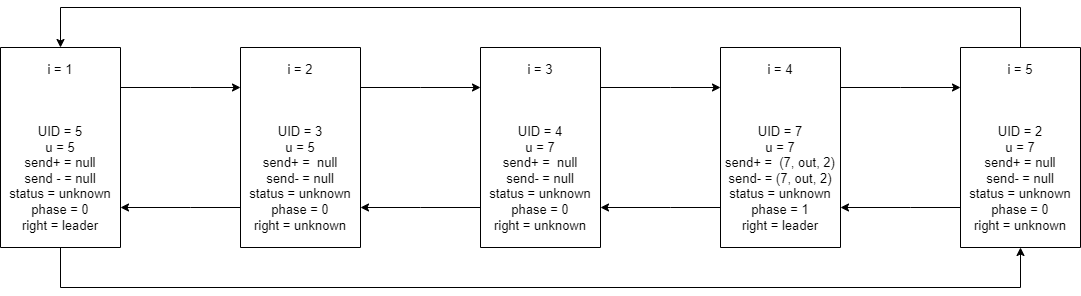
h1tlan/tods_first_exercise keeps this draw.io diagram as tods/03-tods.drawio.png. Above is the earlier version. Source tidied: cells renumbered, new cells last; positions are measured from the earlier drawing's top-left corner, leaving out a move shared by most shapes.
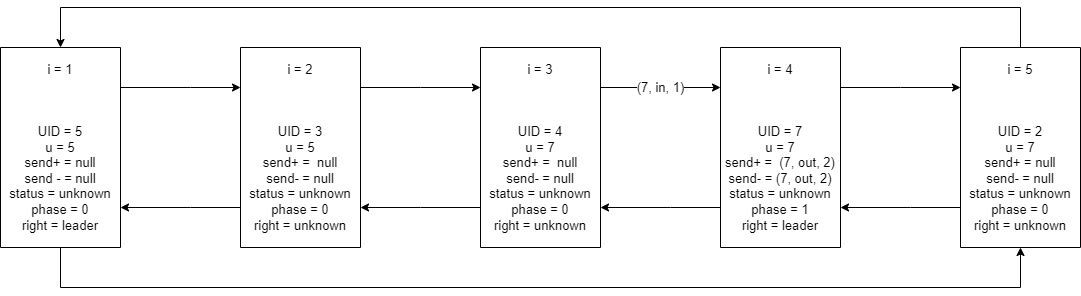
The same diagram one commit later.

The edit, as a diff of the source:
```diff
@@ -48,7 +48,7 @@
         </Array>
       </mxGeometry>
     </mxCell>
-    <mxCell id="9" style="edgeStyle=orthogonalEdgeStyle;rounded=0;jettySize=auto;html=1;labelBorderColor=none;fontSize=13;" parent="1" edge="1" source="10" target="13">
+    <mxCell id="9" value="(7, in, 1)" style="edgeStyle=orthogonalEdgeStyle;rounded=0;jettySize=auto;html=1;labelBorderColor=none;fontSize=13;" parent="1" edge="1" source="10" target="13">
       <mxGeometry relative="1" as="geometry">
         <Array as="points">
           <mxPoint x="670" y="80" />
```
